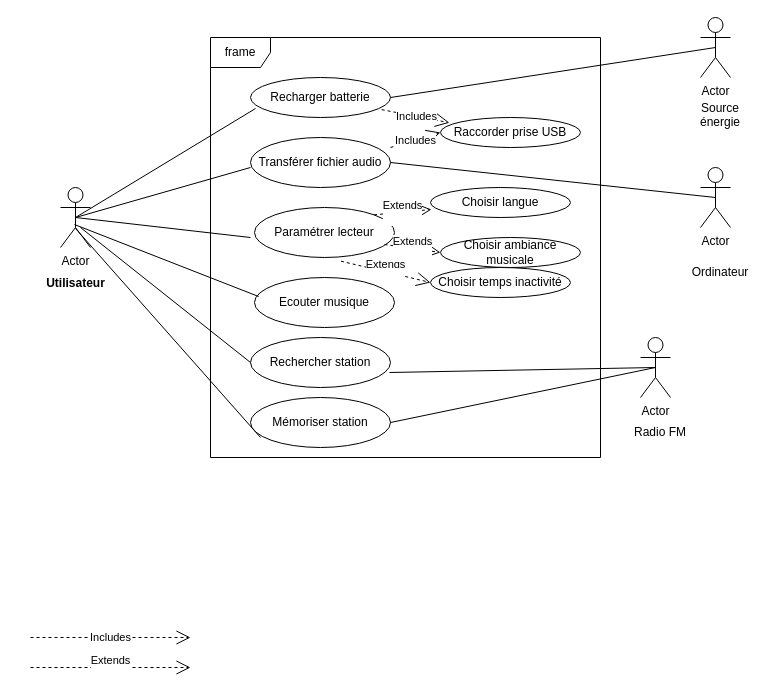
ewan-delanoy/uml_diagram keeps this draw.io diagram as lecteur_mp3.drawio. Above is the earlier version. Source tidied: cells renumbered, new cells numbered last; positions are measured from the earlier drawing's top-left corner, leaving out a move shared by most shapes. Both pictures are drawn from the tidied source at 100%, with x=0, y=0 at pixel (30, 17).
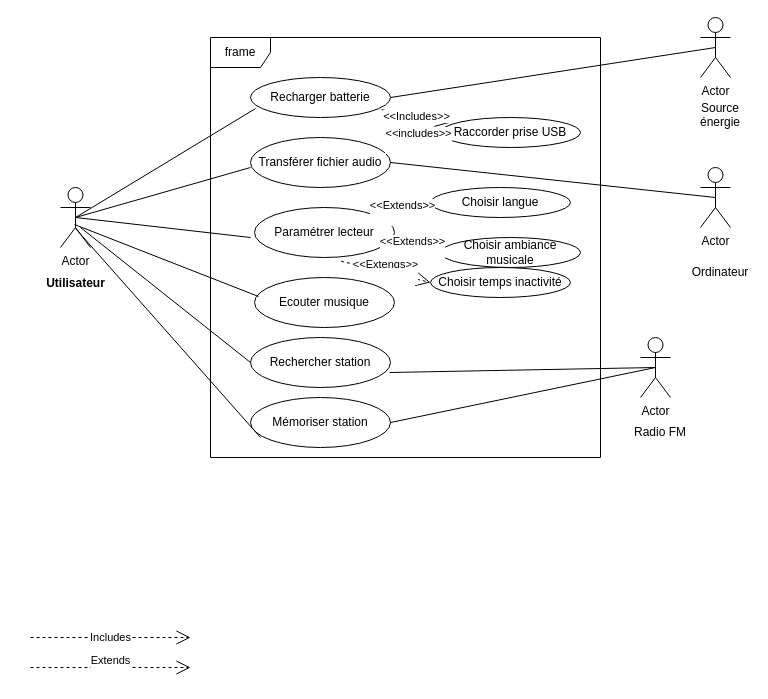
Above is the later version.

Commit message:
Mettre à jour lecteur_mp3.drawio

The change refers to these unchanged cells:
```xml
<mxCell id="2" value="Recharger batterie" style="ellipse;whiteSpace=wrap;html=1;" parent="1" vertex="1">
  <mxGeometry x="220" y="60" width="140" height="40" as="geometry" />
</mxCell>
<mxCell id="4" value="Paramétrer lecteur" style="ellipse;whiteSpace=wrap;html=1;" parent="1" vertex="1">
  <mxGeometry x="224" y="190" width="140" height="50" as="geometry" />
</mxCell>
<mxCell id="5" value="Choisir langue" style="ellipse;whiteSpace=wrap;html=1;" parent="1" vertex="1">
  <mxGeometry x="400" y="170" width="140" height="30" as="geometry" />
</mxCell>
<mxCell id="6" value="Raccorder prise USB" style="ellipse;whiteSpace=wrap;html=1;" parent="1" vertex="1">
  <mxGeometry x="410" y="100" width="140" height="30" as="geometry" />
</mxCell>
<mxCell id="7" value="Choisir temps inactivité" style="ellipse;whiteSpace=wrap;html=1;" parent="1" vertex="1">
  <mxGeometry x="400" y="250" width="140" height="30" as="geometry" />
</mxCell>
<mxCell id="21" value="Choisir ambiance musicale" style="ellipse;whiteSpace=wrap;html=1;" parent="1" vertex="1">
  <mxGeometry x="410" y="220" width="140" height="30" as="geometry" />
</mxCell>
```

The edit, as a diff of the source:
```diff
@@
-    <mxCell id="23" value="&lt;div&gt;Includes&lt;/div&gt;" style="endArrow=open;endSize=12;dashed=1;html=1;rounded=0;entryX=0;entryY=0.5;entryDx=0;entryDy=0;" parent="1" edge="1" target="6">
+    <mxCell id="23" value="&lt;div&gt;&amp;lt;&amp;lt;includes&amp;gt;&amp;gt;&lt;/div&gt;&lt;div&gt;&lt;br&gt;&lt;/div&gt;" style="endArrow=open;endSize=12;dashed=1;html=1;rounded=0;entryX=0;entryY=0.5;entryDx=0;entryDy=0;" parent="1" edge="1">
       <mxGeometry relative="1" as="geometry">
-        <mxPoint x="360" y="130" as="sourcePoint" />
+        <mxPoint x="363" y="130" as="sourcePoint" />
+        <mxPoint x="413" y="115" as="targetPoint" />
       </mxGeometry>
     </mxCell>
-    <mxCell id="24" value="&lt;div&gt;Includes&lt;/div&gt;" style="endArrow=open;endSize=12;dashed=1;html=1;rounded=0;entryX=0.064;entryY=0.174;entryDx=0;entryDy=0;entryPerimeter=0;exitX=0.937;exitY=0.804;exitDx=0;exitDy=0;exitPerimeter=0;" parent="1" edge="1" source="2" target="6">
+    <mxCell id="24" value="&lt;div&gt;&amp;lt;&amp;lt;Includes&amp;gt;&amp;gt;&lt;/div&gt;" style="endArrow=open;endSize=12;dashed=1;html=1;rounded=0;entryX=0.064;entryY=0.174;entryDx=0;entryDy=0;entryPerimeter=0;exitX=0.937;exitY=0.804;exitDx=0;exitDy=0;exitPerimeter=0;" parent="1" edge="1" source="2" target="6">
       <mxGeometry relative="1" as="geometry" />
     </mxCell>
@@
-    <mxCell id="26" value="&lt;div&gt;Extends&lt;/div&gt;&lt;div&gt;&lt;br&gt;&lt;/div&gt;" style="endArrow=open;endSize=12;dashed=1;html=1;rounded=0;entryX=0;entryY=0.5;entryDx=0;entryDy=0;exitX=0.618;exitY=1.074;exitDx=0;exitDy=0;exitPerimeter=0;" parent="1" edge="1" source="4" target="7">
+    <mxCell id="26" value="&lt;div&gt;&amp;lt;&amp;lt;Extends&amp;gt;&amp;gt;&lt;/div&gt;&lt;div&gt;&lt;br&gt;&lt;/div&gt;" style="endArrow=open;endSize=12;dashed=1;html=1;rounded=0;entryX=0;entryY=0.5;entryDx=0;entryDy=0;exitX=0.618;exitY=1.074;exitDx=0;exitDy=0;exitPerimeter=0;" parent="1" edge="1" source="4" target="7">
       <mxGeometry relative="1" as="geometry" />
     </mxCell>
-    <mxCell id="27" value="&lt;div&gt;Extends&lt;/div&gt;&lt;div&gt;&lt;br&gt;&lt;/div&gt;" style="endArrow=open;endSize=12;dashed=1;html=1;rounded=0;entryX=0;entryY=0.5;entryDx=0;entryDy=0;exitX=0.929;exitY=0.74;exitDx=0;exitDy=0;exitPerimeter=0;" parent="1" edge="1" source="4" target="21">
+    <mxCell id="27" value="&lt;div&gt;&amp;lt;&amp;lt;Extends&amp;gt;&amp;gt;&lt;/div&gt;&lt;div&gt;&lt;br&gt;&lt;/div&gt;" style="endArrow=open;endSize=12;dashed=1;html=1;rounded=0;entryX=0;entryY=0.5;entryDx=0;entryDy=0;exitX=0.929;exitY=0.74;exitDx=0;exitDy=0;exitPerimeter=0;" parent="1" edge="1" source="4" target="21">
       <mxGeometry relative="1" as="geometry" />
     </mxCell>
-    <mxCell id="28" value="&lt;div&gt;Extends&lt;/div&gt;&lt;div&gt;&lt;br&gt;&lt;/div&gt;" style="endArrow=open;endSize=12;dashed=1;html=1;rounded=0;entryX=0.007;entryY=0.733;entryDx=0;entryDy=0;entryPerimeter=0;exitX=1;exitY=0;exitDx=0;exitDy=0;" parent="1" edge="1" source="4" target="5">
+    <mxCell id="28" value="&lt;div&gt;&amp;lt;&amp;lt;Extends&amp;gt;&amp;gt;&lt;/div&gt;&lt;div&gt;&lt;br&gt;&lt;/div&gt;" style="endArrow=open;endSize=12;dashed=1;html=1;rounded=0;entryX=0.007;entryY=0.733;entryDx=0;entryDy=0;entryPerimeter=0;exitX=1;exitY=0;exitDx=0;exitDy=0;" parent="1" edge="1" source="4" target="5">
       <mxGeometry relative="1" as="geometry" />
     </mxCell>
```
